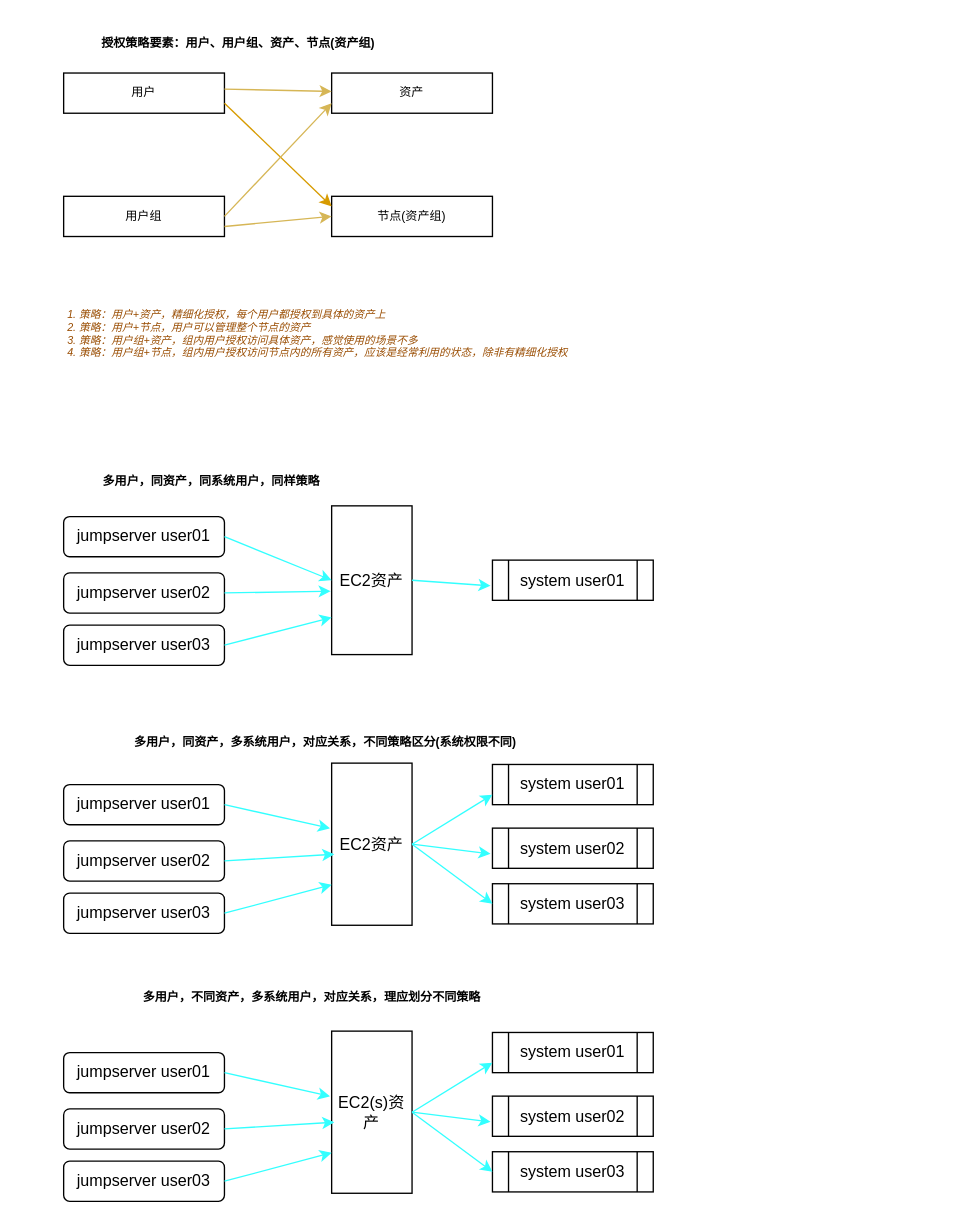
Above: AWSjumpserve-授权策略.drawio in Devnull6/flowchart (draw.io), before the change. Source tidied: cells renumbered, new cells numbered last; positions are measured from the earlier drawing's top-left corner, leaving out a move shared by most shapes. Both pictures are drawn from the tidied source at 134%, with x=0, y=0 at pixel (23, 23).
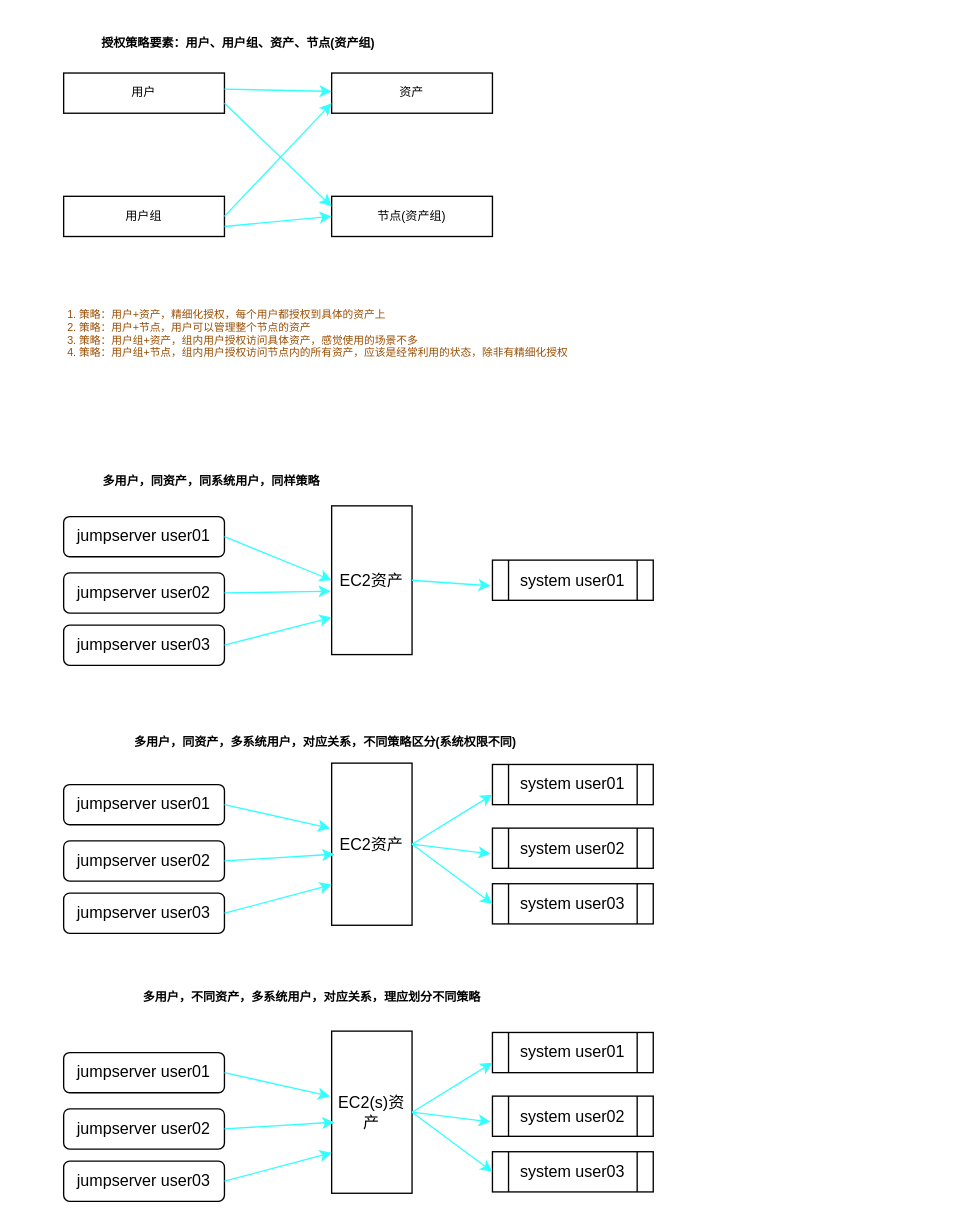
The same page after the edit.

Unchanged cells that the change refers to:
```xml
<mxCell id="41" value="用户" style="rounded=0;whiteSpace=wrap;html=1;fontSize=9;" parent="1" vertex="1">
  <mxGeometry x="30" y="37" width="120" height="30" as="geometry" />
</mxCell>
<mxCell id="42" value="用户组" style="rounded=0;whiteSpace=wrap;html=1;fontSize=9;" parent="1" vertex="1">
  <mxGeometry x="30" y="129" width="120" height="30" as="geometry" />
</mxCell>
<mxCell id="43" value="节点(资产组)" style="rounded=0;whiteSpace=wrap;html=1;fontSize=9;" parent="1" vertex="1">
  <mxGeometry x="230" y="129" width="120" height="30" as="geometry" />
</mxCell>
<mxCell id="44" value="资产" style="rounded=0;whiteSpace=wrap;html=1;fontSize=9;" parent="1" vertex="1">
  <mxGeometry x="230" y="37" width="120" height="30" as="geometry" />
</mxCell>
```

Diff of the diagram source:
```diff
@@
-    <mxCell id="45" style="endArrow=classic;html=1;entryX=0;entryY=0.25;entryDx=0;entryDy=0;exitX=1;exitY=0.75;exitDx=0;exitDy=0;rounded=1;fillColor=#ffe6cc;strokeColor=#d79b00;" parent="1" edge="1" source="41" target="43">
+    <mxCell id="45" style="endArrow=classic;html=1;entryX=0;entryY=0.25;entryDx=0;entryDy=0;exitX=1;exitY=0.75;exitDx=0;exitDy=0;rounded=1;fillColor=#ffe6cc;strokeColor=#33FFFF;" parent="1" edge="1" source="41" target="43">
       <mxGeometry relative="1" as="geometry" />
     </mxCell>
-    <mxCell id="46" style="endArrow=classic;html=1;rounded=1;fillColor=#fff2cc;strokeColor=#d6b656;" parent="1" edge="1" target="44">
+    <mxCell id="46" style="endArrow=classic;html=1;rounded=1;fillColor=#fff2cc;strokeColor=#33FFFF;" parent="1" edge="1" target="44">
       <mxGeometry relative="1" as="geometry">
         <mxPoint x="150" y="49" as="sourcePoint" />
       </mxGeometry>
     </mxCell>
-    <mxCell id="47" style="endArrow=classic;html=1;rounded=1;fillColor=#fff2cc;strokeColor=#d6b656;exitX=1;exitY=0.75;exitDx=0;exitDy=0;entryX=0;entryY=0.5;entryDx=0;entryDy=0;" parent="1" edge="1" source="42" target="43">
+    <mxCell id="47" style="endArrow=classic;html=1;rounded=1;fillColor=#fff2cc;strokeColor=#33FFFF;exitX=1;exitY=0.75;exitDx=0;exitDy=0;entryX=0;entryY=0.5;entryDx=0;entryDy=0;" parent="1" edge="1" source="42" target="43">
       <mxGeometry relative="1" as="geometry" />
     </mxCell>
-    <mxCell id="48" style="endArrow=classic;html=1;rounded=1;fillColor=#fff2cc;strokeColor=#d6b656;exitX=1;exitY=0.5;exitDx=0;exitDy=0;entryX=0;entryY=0.75;entryDx=0;entryDy=0;" parent="1" edge="1" source="42" target="44">
+    <mxCell id="48" style="endArrow=classic;html=1;rounded=1;fillColor=#fff2cc;strokeColor=#33FFFF;exitX=1;exitY=0.5;exitDx=0;exitDy=0;entryX=0;entryY=0.75;entryDx=0;entryDy=0;" parent="1" edge="1" source="42" target="44">
       <mxGeometry relative="1" as="geometry" />
     </mxCell>
-    <mxCell id="49" value="&lt;ol style=&quot;font-size: 8px&quot;&gt;&lt;li style=&quot;font-size: 8px&quot;&gt;策略：用户+资产，精细化授权，每个用户都授权到具体的资产上&lt;/li&gt;&lt;li style=&quot;font-size: 8px&quot;&gt;策略：用户+节点，用户可以管理整个节点的资产&lt;/li&gt;&lt;li style=&quot;font-size: 8px&quot;&gt;策略：用户组+资产，组内用户授权访问具体资产，感觉使用的场景不多&lt;/li&gt;&lt;li style=&quot;font-size: 8px&quot;&gt;策略：用户组+节点，组内用户授权访问节点内的所有资产，应该是经常利用的状态，除非有精细化授权&lt;/li&gt;&lt;/ol&gt;" style="text;strokeColor=none;fillColor=#ffffff;html=1;whiteSpace=wrap;verticalAlign=middle;overflow=hidden;fontSize=8;align=left;labelPosition=center;verticalLabelPosition=middle;labelBackgroundColor=#ffffff;glass=0;rounded=0;spacingTop=4;spacingBottom=8;labelBorderColor=none;fontStyle=2;fontColor=#994C00;" parent="1" vertex="1">
+    <mxCell id="49" value="&lt;ol style=&quot;font-size: 8px&quot;&gt;&lt;li style=&quot;font-size: 8px&quot;&gt;策略：用户+资产，精细化授权，每个用户都授权到具体的资产上&lt;/li&gt;&lt;li style=&quot;font-size: 8px&quot;&gt;策略：用户+节点，用户可以管理整个节点的资产&lt;/li&gt;&lt;li style=&quot;font-size: 8px&quot;&gt;策略：用户组+资产，组内用户授权访问具体资产，感觉使用的场景不多&lt;/li&gt;&lt;li style=&quot;font-size: 8px&quot;&gt;策略：用户组+节点，组内用户授权访问节点内的所有资产，应该是经常利用的状态，除非有精细化授权&lt;/li&gt;&lt;/ol&gt;" style="text;strokeColor=none;fillColor=#ffffff;html=1;whiteSpace=wrap;verticalAlign=middle;overflow=hidden;fontSize=8;align=left;labelPosition=center;verticalLabelPosition=middle;labelBackgroundColor=#ffffff;glass=0;rounded=0;spacingTop=4;spacingBottom=8;labelBorderColor=none;fontStyle=0;fontColor=#994C00;" parent="1" vertex="1">
       <mxGeometry y="172" width="690" height="123" as="geometry" />
     </mxCell>
```
